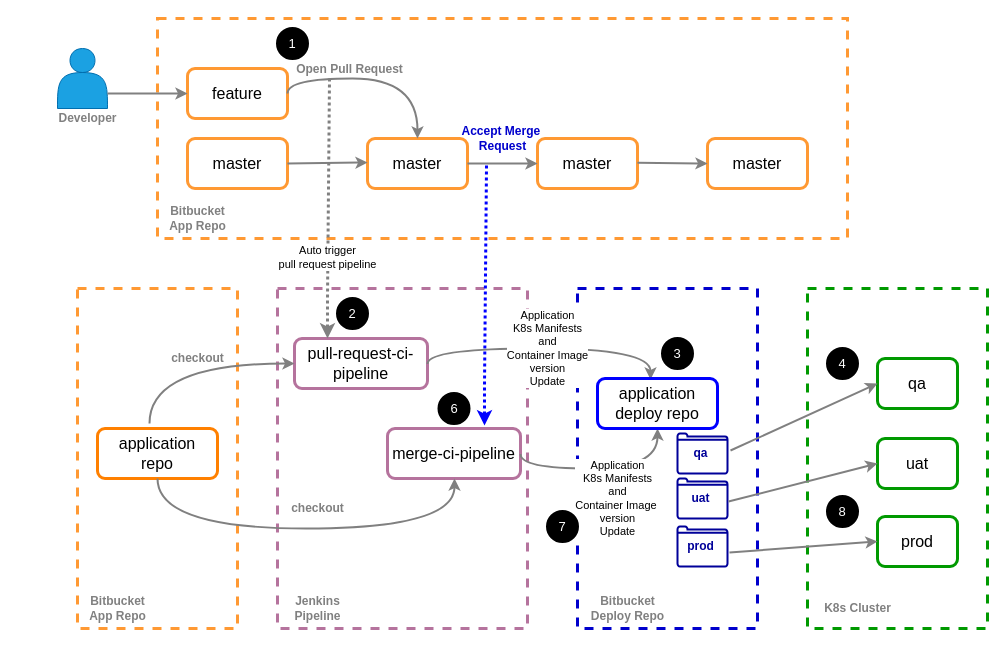
The draw.io diagram page "Page-2" (2 of 2) of cicd.drawio in josephlim75/technologies, before the edit. Source tidied: cells renumbered, new cells numbered last; positions are measured from the earlier drawing's top-left corner, leaving out a move shared by most shapes. Both pictures are drawn from the tidied source at 100%, with x=0, y=0 at pixel (17, 18).
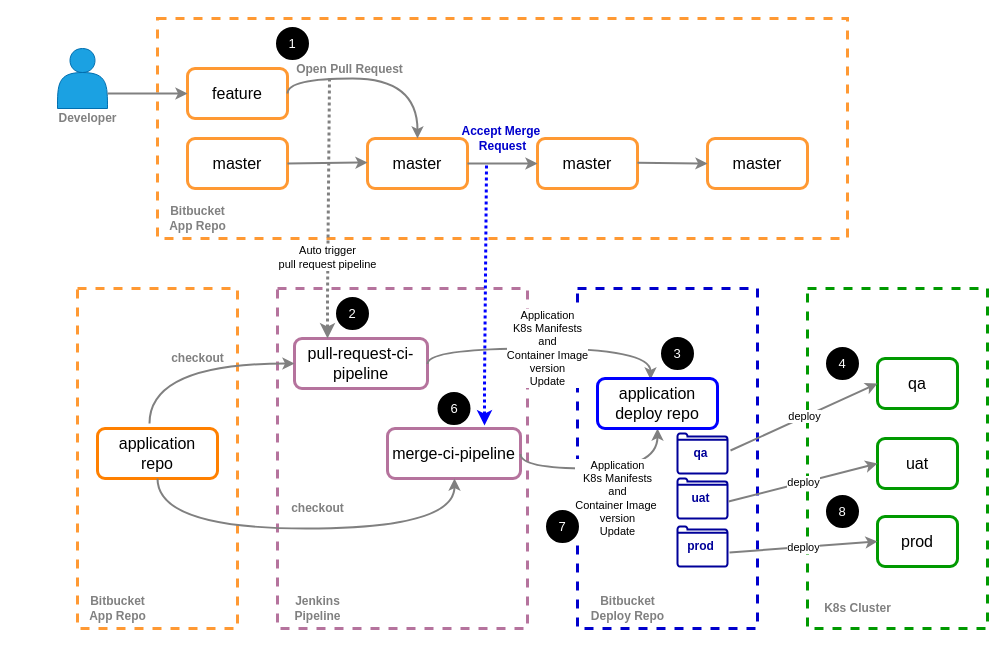
After the change.

The change refers to these unchanged cells:
```xml
<mxCell id="37" value="&lt;span style=&quot;font-size: 16px&quot;&gt;qa&lt;br&gt;&lt;/span&gt;" style="rounded=1;whiteSpace=wrap;html=1;strokeColor=#009900;strokeWidth=3;" parent="1" vertex="1">
  <mxGeometry x="860" y="340" width="80" height="50" as="geometry" />
</mxCell>
<mxCell id="38" value="&lt;span style=&quot;font-size: 16px&quot;&gt;uat&lt;br&gt;&lt;/span&gt;" style="rounded=1;whiteSpace=wrap;html=1;strokeColor=#009900;strokeWidth=3;" parent="1" vertex="1">
  <mxGeometry x="860" y="420" width="80" height="50" as="geometry" />
</mxCell>
<mxCell id="39" value="&lt;span style=&quot;font-size: 16px&quot;&gt;prod&lt;br&gt;&lt;/span&gt;" style="rounded=1;whiteSpace=wrap;html=1;strokeColor=#009900;strokeWidth=3;" parent="1" vertex="1">
  <mxGeometry x="860" y="498" width="80" height="50" as="geometry" />
</mxCell>
<mxCell id="40" style="html=1;verticalLabelPosition=bottom;align=center;labelBackgroundColor=#ffffff;verticalAlign=top;strokeWidth=2;strokeColor=#000099;shadow=0;dashed=0;shape=mxgraph.ios7.icons.folder;fillColor=none;fontSize=12;fontColor=#0000CC;" parent="1" vertex="1">
  <mxGeometry x="660" y="415" width="50" height="40" as="geometry" />
</mxCell>
<mxCell id="42" style="html=1;verticalLabelPosition=bottom;align=center;labelBackgroundColor=#ffffff;verticalAlign=top;strokeWidth=2;strokeColor=#000099;shadow=0;dashed=0;shape=mxgraph.ios7.icons.folder;fillColor=none;fontSize=12;fontColor=#0000CC;" parent="1" vertex="1">
  <mxGeometry x="660" y="460" width="50" height="40" as="geometry" />
</mxCell>
<mxCell id="44" style="html=1;verticalLabelPosition=bottom;align=center;labelBackgroundColor=#ffffff;verticalAlign=top;strokeWidth=2;strokeColor=#000099;shadow=0;dashed=0;shape=mxgraph.ios7.icons.folder;fillColor=none;fontSize=12;fontColor=#0000CC;" parent="1" vertex="1">
  <mxGeometry x="660" y="508" width="50" height="40" as="geometry" />
</mxCell>
```

Change to the diagram source:
```diff
@@
-    <mxCell id="46" style="endArrow=classic;html=1;exitX=1.06;exitY=0.425;exitDx=0;exitDy=0;strokeWidth=2;strokeColor=#808080;entryX=0;entryY=0.5;entryDx=0;entryDy=0;exitPerimeter=0;" parent="1" edge="1" source="40" target="37">
+    <mxCell id="46" value="deploy" style="endArrow=classic;html=1;exitX=1.06;exitY=0.425;exitDx=0;exitDy=0;strokeWidth=2;strokeColor=#808080;entryX=0;entryY=0.5;entryDx=0;entryDy=0;exitPerimeter=0;" parent="1" edge="1" source="40" target="37">
       <mxGeometry relative="1" as="geometry" />
     </mxCell>
-    <mxCell id="47" style="endArrow=classic;html=1;exitX=1.02;exitY=0.575;exitDx=0;exitDy=0;strokeWidth=2;strokeColor=#808080;entryX=0;entryY=0.5;entryDx=0;entryDy=0;exitPerimeter=0;" parent="1" edge="1" source="42" target="38">
+    <mxCell id="47" value="deploy" style="endArrow=classic;html=1;exitX=1.02;exitY=0.575;exitDx=0;exitDy=0;strokeWidth=2;strokeColor=#808080;entryX=0;entryY=0.5;entryDx=0;entryDy=0;exitPerimeter=0;" parent="1" edge="1" source="42" target="38">
       <mxGeometry relative="1" as="geometry" />
     </mxCell>
-    <mxCell id="48" style="endArrow=classic;html=1;exitX=1.04;exitY=0.65;exitDx=0;exitDy=0;strokeWidth=2;strokeColor=#808080;entryX=0;entryY=0.5;entryDx=0;entryDy=0;exitPerimeter=0;" parent="1" edge="1" source="44" target="39">
+    <mxCell id="48" value="deploy" style="endArrow=classic;html=1;exitX=1.04;exitY=0.65;exitDx=0;exitDy=0;strokeWidth=2;strokeColor=#808080;entryX=0;entryY=0.5;entryDx=0;entryDy=0;exitPerimeter=0;" parent="1" edge="1" source="44" target="39">
       <mxGeometry relative="1" as="geometry" />
     </mxCell>
```
